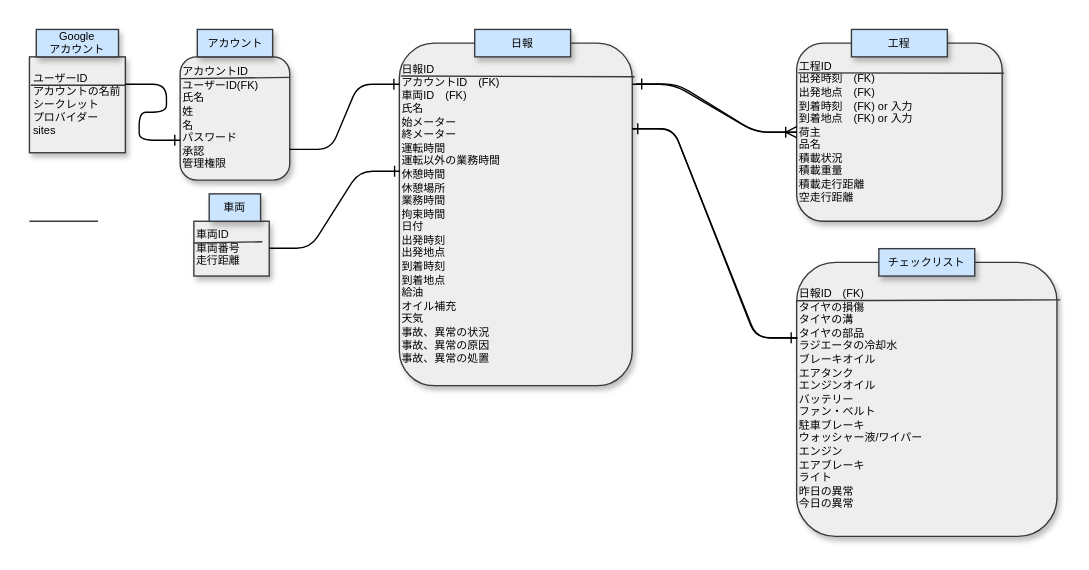
Before: page "ページ2" (2 of 2) of docs/draw.dio in bob-g12/dayrepo-for-transportation, a draw.io diagram. Source tidied: cells renumbered, new cells numbered last; positions are measured from the earlier drawing's top-left corner, leaving out a move shared by most shapes. Both pictures are drawn from the tidied source at 137%, with x=0, y=0 at pixel (29, 29).
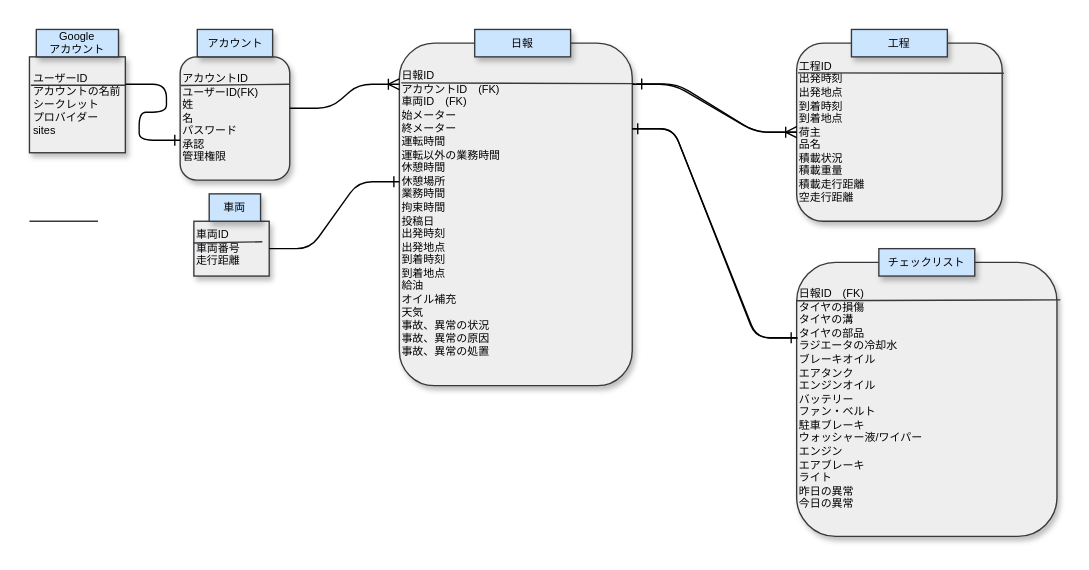
Above is the later version.

Commit message:
ER図カラム変更

Unchanged cells that the change refers to:
```xml
<mxCell id="6" value="&lt;div style=&quot;&quot;&gt;車両ID&lt;/div&gt;&lt;div style=&quot;&quot;&gt;車両番号&lt;/div&gt;&lt;div style=&quot;&quot;&gt;走行距離&lt;/div&gt;" style="rounded=0;whiteSpace=wrap;html=1;shadow=1;strokeColor=#36393d;fontFamily=Helvetica;fontSize=8;startSize=0;fillColor=#eeeeee;fontColor=#000000;align=left;" parent="1" vertex="1">
  <mxGeometry x="120" y="140" width="55" height="40" as="geometry" />
</mxCell>
```

What changed in the source:
```diff
@@
-    <mxCell id="3" value="アカウントID&lt;br&gt;ユーザーID(FK)&lt;br&gt;氏名&lt;br&gt;姓&lt;br&gt;名&lt;br&gt;パスワード&lt;br&gt;承認&lt;br&gt;管理権限" style="rounded=1;whiteSpace=wrap;html=1;shadow=1;strokeColor=#36393d;fontFamily=Helvetica;fontSize=8;startSize=0;fillColor=#eeeeee;fontColor=#000000;align=left;" parent="1" vertex="1">
+    <mxCell id="3" value="アカウントID&lt;br&gt;ユーザーID(FK)&lt;br&gt;姓&lt;br&gt;名&lt;br&gt;パスワード&lt;br&gt;承認&lt;br&gt;管理権限" style="rounded=1;whiteSpace=wrap;html=1;shadow=1;strokeColor=#36393d;fontFamily=Helvetica;fontSize=8;startSize=0;fillColor=#eeeeee;fontColor=#000000;align=left;" parent="1" vertex="1">
       <mxGeometry x="110" y="20" width="80" height="90" as="geometry" />
     </mxCell>
@@
     <mxCell id="5" style="endArrow=none;html=1;fontFamily=Helvetica;fontSize=8;fontColor=#000000;startSize=0;fillColor=#eeeeee;strokeColor=#36393d;entryX=0.992;entryY=0.373;entryDx=0;entryDy=0;exitX=0.014;exitY=0.296;exitDx=0;exitDy=0;entryPerimeter=0;exitPerimeter=0;" parent="1" edge="1">
       <mxGeometry relative="1" as="geometry">
-        <mxPoint x="110.6" y="35.9" as="sourcePoint" />
-        <mxPoint x="190" y="35" as="targetPoint" />
+        <mxPoint x="110.6" y="40.9" as="sourcePoint" />
+        <mxPoint x="190" y="40" as="targetPoint" />
       </mxGeometry>
     </mxCell>
@@
-    <mxCell id="8" value="日報ID&lt;br&gt;アカウントID　(FK)&lt;br&gt;車両ID　(FK)&lt;br&gt;氏名　&lt;br&gt;始メーター&lt;br&gt;終メーター&lt;br&gt;運転時間&lt;br&gt;運転以外の業務時間&lt;br&gt;休憩時間&lt;br&gt;休憩場所&lt;br&gt;業務時間&lt;br&gt;拘束時間&lt;br&gt;日付&lt;br&gt;出発時刻&lt;br&gt;出発地点&lt;br&gt;到着時刻&lt;br&gt;到着地点&lt;br&gt;給油&lt;br&gt;オイル補充&lt;br&gt;天気&lt;br&gt;事故、異常の状況&lt;br&gt;事故、異常の原因&lt;br&gt;事故、異常の処置" style="rounded=1;whiteSpace=wrap;html=1;shadow=1;strokeColor=#36393d;fontFamily=Helvetica;fontSize=8;startSize=0;fillColor=#eeeeee;fontColor=#000000;align=left;" parent="1" vertex="1">
+    <mxCell id="8" value="日報ID&lt;br&gt;アカウントID　(FK)&lt;br&gt;車両ID　(FK)　&lt;br&gt;始メーター&lt;br&gt;終メーター&lt;br&gt;運転時間&lt;br&gt;運転以外の業務時間&lt;br&gt;休憩時間&lt;br&gt;休憩場所&lt;br&gt;業務時間&lt;br&gt;拘束時間&lt;br&gt;投稿日&lt;br&gt;出発時刻&lt;br&gt;出発地点&lt;br&gt;到着時刻&lt;br&gt;到着地点&lt;br&gt;給油&lt;br&gt;オイル補充&lt;br&gt;天気&lt;br&gt;事故、異常の状況&lt;br&gt;事故、異常の原因&lt;br&gt;事故、異常の処置" style="rounded=1;whiteSpace=wrap;html=1;shadow=1;strokeColor=#36393d;fontFamily=Helvetica;fontSize=8;startSize=0;fillColor=#eeeeee;fontColor=#000000;align=left;" parent="1" vertex="1">
       <mxGeometry x="270" y="10" width="170" height="250" as="geometry" />
     </mxCell>
     <mxCell id="9" style="endArrow=none;html=1;fontFamily=Helvetica;fontSize=8;fontColor=#000000;startSize=0;fillColor=#eeeeee;strokeColor=#36393d;exitX=0.008;exitY=0.084;exitDx=0;exitDy=0;exitPerimeter=0;entryX=1.01;entryY=0.086;entryDx=0;entryDy=0;entryPerimeter=0;" parent="1" edge="1">
       <mxGeometry relative="1" as="geometry">
-        <mxPoint x="271.4" y="34" as="sourcePoint" />
-        <mxPoint x="441.7" y="34.5" as="targetPoint" />
+        <mxPoint x="271.4" y="39" as="sourcePoint" />
+        <mxPoint x="441.7" y="39.5" as="targetPoint" />
       </mxGeometry>
     </mxCell>
@@
-    <mxCell id="11" style="edgeStyle=entityRelationEdgeStyle;fontSize=12;html=1;endArrow=ERone;endFill=1;fontFamily=Helvetica;fontColor=#000000;startSize=0;entryX=0.003;entryY=0.374;entryDx=0;entryDy=0;entryPerimeter=0;" parent="1" edge="1" target="8">
-      <mxGeometry relative="1" as="geometry">
-        <mxPoint x="175" y="159.7" as="sourcePoint" />
-      </mxGeometry>
-    </mxCell>
-    <mxCell id="12" style="edgeStyle=entityRelationEdgeStyle;fontSize=12;html=1;endArrow=ERone;endFill=1;fontFamily=Helvetica;fontColor=#000000;startSize=0;exitX=1;exitY=0.75;exitDx=0;exitDy=0;" parent="1" edge="1" source="3">
-      <mxGeometry relative="1" as="geometry">
-        <mxPoint x="270" y="40" as="targetPoint" />
-      </mxGeometry>
-    </mxCell>
@@
-    <mxCell id="19" value="工程ID　&lt;br&gt;出発時刻　(FK)&lt;br&gt;出発地点　(FK)&lt;br&gt;到着時刻　(FK) or 入力&lt;br&gt;到着地点　(FK) or 入力&lt;br&gt;荷主&lt;br&gt;品名&lt;br&gt;積載状況&lt;br&gt;積載重量&lt;br&gt;積載走行距離&lt;br&gt;空走行距離" style="rounded=1;whiteSpace=wrap;html=1;shadow=1;strokeColor=#36393d;fontFamily=Helvetica;fontSize=8;startSize=0;fillColor=#eeeeee;fontColor=#000000;align=left;" parent="1" vertex="1">
+    <mxCell id="19" value="工程ID　&lt;br&gt;出発時刻&lt;br&gt;出発地点&lt;br&gt;到着時刻&lt;br&gt;到着地点&lt;br&gt;荷主&lt;br&gt;品名&lt;br&gt;積載状況&lt;br&gt;積載重量&lt;br&gt;積載走行距離&lt;br&gt;空走行距離" style="rounded=1;whiteSpace=wrap;html=1;shadow=1;strokeColor=#36393d;fontFamily=Helvetica;fontSize=8;startSize=0;fillColor=#eeeeee;fontColor=#000000;align=left;" parent="1" vertex="1">
       <mxGeometry x="560" y="10" width="150" height="130" as="geometry" />
     </mxCell>
@@
+    <mxCell id="28" style="edgeStyle=entityRelationEdgeStyle;fontSize=12;html=1;endArrow=ERoneToMany;fontFamily=Helvetica;fontColor=#000000;startSize=0;" parent="1" edge="1">
+      <mxGeometry relative="1" as="geometry">
+        <mxPoint x="190" y="57.5" as="sourcePoint" />
+        <mxPoint x="270" y="40" as="targetPoint" />
+      </mxGeometry>
+    </mxCell>
+    <mxCell id="29" style="edgeStyle=entityRelationEdgeStyle;fontSize=12;html=1;endArrow=ERone;endFill=1;fontFamily=Helvetica;fontColor=#000000;startSize=0;exitX=1;exitY=0.5;exitDx=0;exitDy=0;" parent="1" edge="1" source="6">
+      <mxGeometry relative="1" as="geometry">
+        <mxPoint x="270" y="111.2" as="targetPoint" />
+      </mxGeometry>
+    </mxCell>
```
